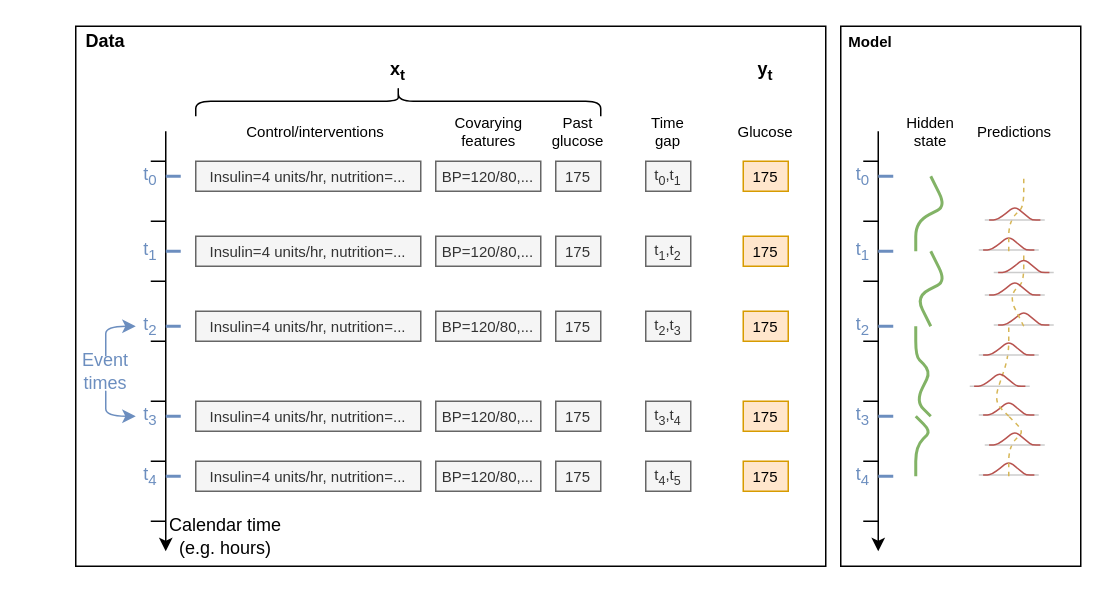
Above: data-look.drawio in oizin/links (draw.io), before the change. Source tidied: cells renumbered, new cells numbered last; positions are measured from the earlier drawing's top-left corner, leaving out a move shared by most shapes. Both pictures are drawn from the tidied source at 150%, with x=0, y=0 at pixel (24, -102).
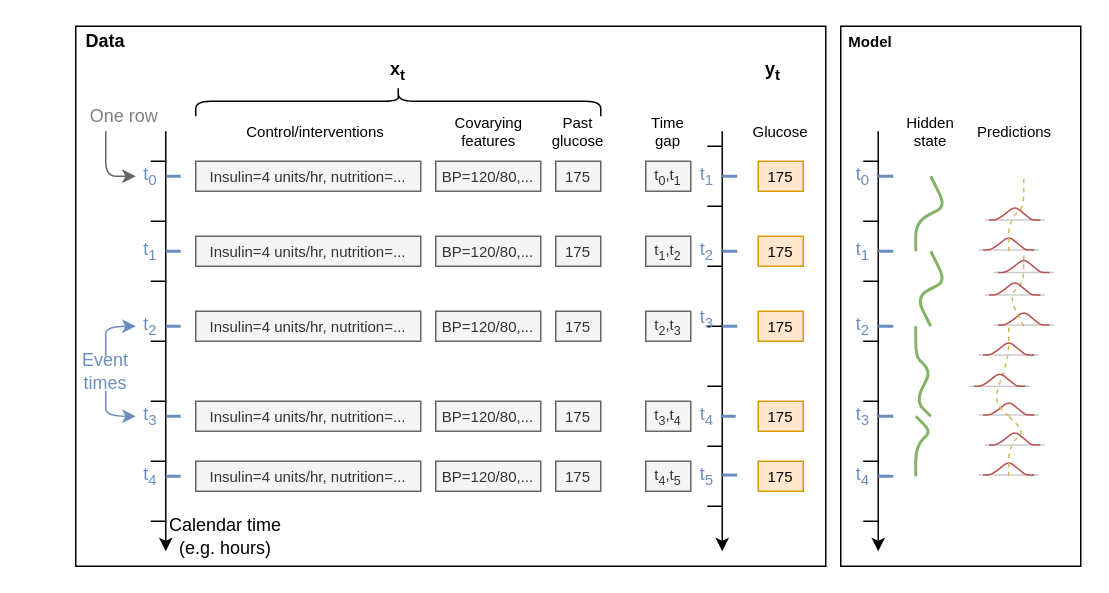
The same page after the edit.

Diff of the diagram source:
```diff
@@
     <mxCell id="45" value="175" style="rounded=0;whiteSpace=wrap;html=1;fillColor=#ffe6cc;strokeColor=#d79b00;fontSize=10;" parent="1" vertex="1">
-      <mxGeometry x="479" y="175" width="30" height="20" as="geometry" />
+      <mxGeometry x="489" y="175" width="30" height="20" as="geometry" />
     </mxCell>
     <mxCell id="46" value="175" style="rounded=0;whiteSpace=wrap;html=1;fillColor=#ffe6cc;strokeColor=#d79b00;fontSize=10;" parent="1" vertex="1">
-      <mxGeometry x="479" y="225" width="30" height="20" as="geometry" />
+      <mxGeometry x="489" y="225" width="30" height="20" as="geometry" />
     </mxCell>
     <mxCell id="47" value="175" style="rounded=0;whiteSpace=wrap;html=1;fillColor=#ffe6cc;strokeColor=#d79b00;fontSize=10;" parent="1" vertex="1">
-      <mxGeometry x="479" y="275" width="30" height="20" as="geometry" />
+      <mxGeometry x="489" y="275" width="30" height="20" as="geometry" />
     </mxCell>
     <mxCell id="48" value="175" style="rounded=0;whiteSpace=wrap;html=1;fillColor=#ffe6cc;strokeColor=#d79b00;fontSize=10;" parent="1" vertex="1">
-      <mxGeometry x="479" y="335" width="30" height="20" as="geometry" />
+      <mxGeometry x="489" y="335" width="30" height="20" as="geometry" />
     </mxCell>
     <mxCell id="49" value="175" style="rounded=0;whiteSpace=wrap;html=1;fillColor=#ffe6cc;strokeColor=#d79b00;fontSize=10;" parent="1" vertex="1">
-      <mxGeometry x="479" y="375" width="30" height="20" as="geometry" />
+      <mxGeometry x="489" y="375" width="30" height="20" as="geometry" />
     </mxCell>
     <mxCell id="50" value="Glucose" style="text;html=1;fillColor=none;align=center;verticalAlign=middle;whiteSpace=wrap;rounded=0;fontSize=10;" parent="1" vertex="1">
-      <mxGeometry x="474" y="145" width="40" height="20" as="geometry" />
+      <mxGeometry x="484" y="145" width="40" height="20" as="geometry" />
     </mxCell>
@@
     <mxCell id="57" value="y&lt;sub&gt;t&lt;/sub&gt;" style="text;html=1;strokeColor=none;fillColor=none;align=center;verticalAlign=middle;whiteSpace=wrap;rounded=0;fontStyle=1;" parent="1" vertex="1">
-      <mxGeometry x="474" y="105" width="40" height="20" as="geometry" />
+      <mxGeometry x="479" y="105" width="40" height="20" as="geometry" />
     </mxCell>
@@
+    <mxCell id="119" style="endArrow=classic;html=1;" parent="1" edge="1">
+      <mxGeometry x="471" y="110" as="geometry">
+        <mxPoint x="465" y="155" as="sourcePoint" />
+        <mxPoint x="465" y="435" as="targetPoint" />
+      </mxGeometry>
+    </mxCell>
+    <mxCell id="120" style="endArrow=none;html=1;" parent="1" edge="1">
+      <mxGeometry x="471" y="110" as="geometry">
+        <mxPoint x="455" y="165" as="sourcePoint" />
+        <mxPoint x="465" y="165" as="targetPoint" />
+      </mxGeometry>
+    </mxCell>
+    <mxCell id="121" style="endArrow=none;html=1;" parent="1" edge="1">
+      <mxGeometry x="471" y="110" as="geometry">
+        <mxPoint x="455" y="205" as="sourcePoint" />
+        <mxPoint x="465" y="205" as="targetPoint" />
+      </mxGeometry>
+    </mxCell>
+    <mxCell id="122" style="endArrow=none;html=1;" parent="1" edge="1">
+      <mxGeometry x="471" y="110" as="geometry">
+        <mxPoint x="455" y="245" as="sourcePoint" />
+        <mxPoint x="465" y="245" as="targetPoint" />
+      </mxGeometry>
+    </mxCell>
+    <mxCell id="123" style="endArrow=none;html=1;" parent="1" edge="1">
+      <mxGeometry x="471" y="110" as="geometry">
+        <mxPoint x="455" y="285" as="sourcePoint" />
+        <mxPoint x="465" y="285" as="targetPoint" />
+      </mxGeometry>
+    </mxCell>
+    <mxCell id="124" style="endArrow=none;html=1;" parent="1" edge="1">
+      <mxGeometry x="471" y="110" as="geometry">
+        <mxPoint x="455" y="325" as="sourcePoint" />
+        <mxPoint x="465" y="325" as="targetPoint" />
+      </mxGeometry>
+    </mxCell>
+    <mxCell id="125" style="endArrow=none;html=1;" parent="1" edge="1">
+      <mxGeometry x="471" y="110" as="geometry">
+        <mxPoint x="455" y="365" as="sourcePoint" />
+        <mxPoint x="465" y="365" as="targetPoint" />
+      </mxGeometry>
+    </mxCell>
+    <mxCell id="126" style="endArrow=none;html=1;fillColor=#dae8fc;strokeColor=#6c8ebf;strokeWidth=2;" parent="1" edge="1">
+      <mxGeometry x="471" y="110" as="geometry">
+        <mxPoint x="465" y="185" as="sourcePoint" />
+        <mxPoint x="475" y="185" as="targetPoint" />
+      </mxGeometry>
+    </mxCell>
+    <mxCell id="127" style="endArrow=none;html=1;fillColor=#dae8fc;strokeColor=#6c8ebf;strokeWidth=2;" parent="1" edge="1">
+      <mxGeometry x="471" y="110" as="geometry">
+        <mxPoint x="465" y="235" as="sourcePoint" />
+        <mxPoint x="475" y="235" as="targetPoint" />
+      </mxGeometry>
+    </mxCell>
+    <mxCell id="128" value="t&lt;sub&gt;1&lt;/sub&gt;" style="text;html=1;strokeColor=none;fillColor=none;align=center;verticalAlign=middle;whiteSpace=wrap;rounded=0;fontColor=#6C8EBF;" parent="1" vertex="1">
+      <mxGeometry x="445" y="175" width="20" height="20" as="geometry" />
+    </mxCell>
+    <mxCell id="129" value="t&lt;sub&gt;2&lt;/sub&gt;" style="text;html=1;strokeColor=none;fillColor=none;align=center;verticalAlign=middle;whiteSpace=wrap;rounded=0;fontColor=#6C8EBF;" parent="1" vertex="1">
+      <mxGeometry x="445" y="225" width="20" height="20" as="geometry" />
+    </mxCell>
+    <mxCell id="130" value="t&lt;sub&gt;3&lt;/sub&gt;" style="text;html=1;strokeColor=none;fillColor=none;align=center;verticalAlign=middle;whiteSpace=wrap;rounded=0;fontColor=#6C8EBF;" parent="1" vertex="1">
+      <mxGeometry x="445" y="270" width="20" height="20" as="geometry" />
+    </mxCell>
+    <mxCell id="131" value="t&lt;sub&gt;4&lt;/sub&gt;" style="text;html=1;strokeColor=none;fillColor=none;align=center;verticalAlign=middle;whiteSpace=wrap;rounded=0;fontColor=#6C8EBF;" parent="1" vertex="1">
+      <mxGeometry x="445" y="335" width="20" height="20" as="geometry" />
+    </mxCell>
+    <mxCell id="132" style="endArrow=none;html=1;" parent="1" edge="1">
+      <mxGeometry x="471" y="150" as="geometry">
+        <mxPoint x="455" y="405" as="sourcePoint" />
+        <mxPoint x="465" y="405" as="targetPoint" />
+      </mxGeometry>
+    </mxCell>
+    <mxCell id="133" style="endArrow=none;html=1;fillColor=#dae8fc;strokeColor=#6c8ebf;strokeWidth=2;" parent="1" edge="1">
+      <mxGeometry x="471" y="60" as="geometry">
+        <mxPoint x="465" y="285" as="sourcePoint" />
+        <mxPoint x="475" y="285" as="targetPoint" />
+      </mxGeometry>
+    </mxCell>
+    <mxCell id="134" style="endArrow=none;html=1;strokeWidth=2;fontColor=#6C8EBF;strokeColor=#6C8EBF;" parent="1" edge="1">
+      <mxGeometry relative="1" as="geometry">
+        <mxPoint x="464" y="345" as="sourcePoint" />
+        <mxPoint x="474" y="345" as="targetPoint" />
+      </mxGeometry>
+    </mxCell>
+    <mxCell id="135" style="endArrow=none;html=1;strokeWidth=2;fontColor=#6C8EBF;strokeColor=#6C8EBF;" parent="1" edge="1">
+      <mxGeometry relative="1" as="geometry">
+        <mxPoint x="465" y="384.2" as="sourcePoint" />
+        <mxPoint x="475" y="384.2" as="targetPoint" />
+      </mxGeometry>
+    </mxCell>
+    <mxCell id="136" value="t&lt;sub&gt;5&lt;/sub&gt;" style="text;html=1;strokeColor=none;fillColor=none;align=center;verticalAlign=middle;whiteSpace=wrap;rounded=0;fontColor=#6C8EBF;" parent="1" vertex="1">
+      <mxGeometry x="445" y="375" width="20" height="20" as="geometry" />
+    </mxCell>
+    <mxCell id="137" value="One row" style="text;html=1;strokeColor=none;fillColor=none;align=center;verticalAlign=middle;whiteSpace=wrap;rounded=0;fontColor=#808080;" parent="1" vertex="1">
+      <mxGeometry x="24" y="135" width="85" height="20" as="geometry" />
+    </mxCell>
+    <mxCell id="138" style="endArrow=classic;html=1;fontColor=#000000;strokeColor=#666666;strokeWidth=1;gradientColor=#b3b3b3;fillColor=#f5f5f5;" parent="1" edge="1">
+      <mxGeometry relative="1" as="geometry">
+        <mxPoint x="54" y="155" as="sourcePoint" />
+        <mxPoint x="74" y="185" as="targetPoint" />
+        <Array as="points">
+          <mxPoint x="54" y="185" />
+        </Array>
+      </mxGeometry>
+    </mxCell>
```
